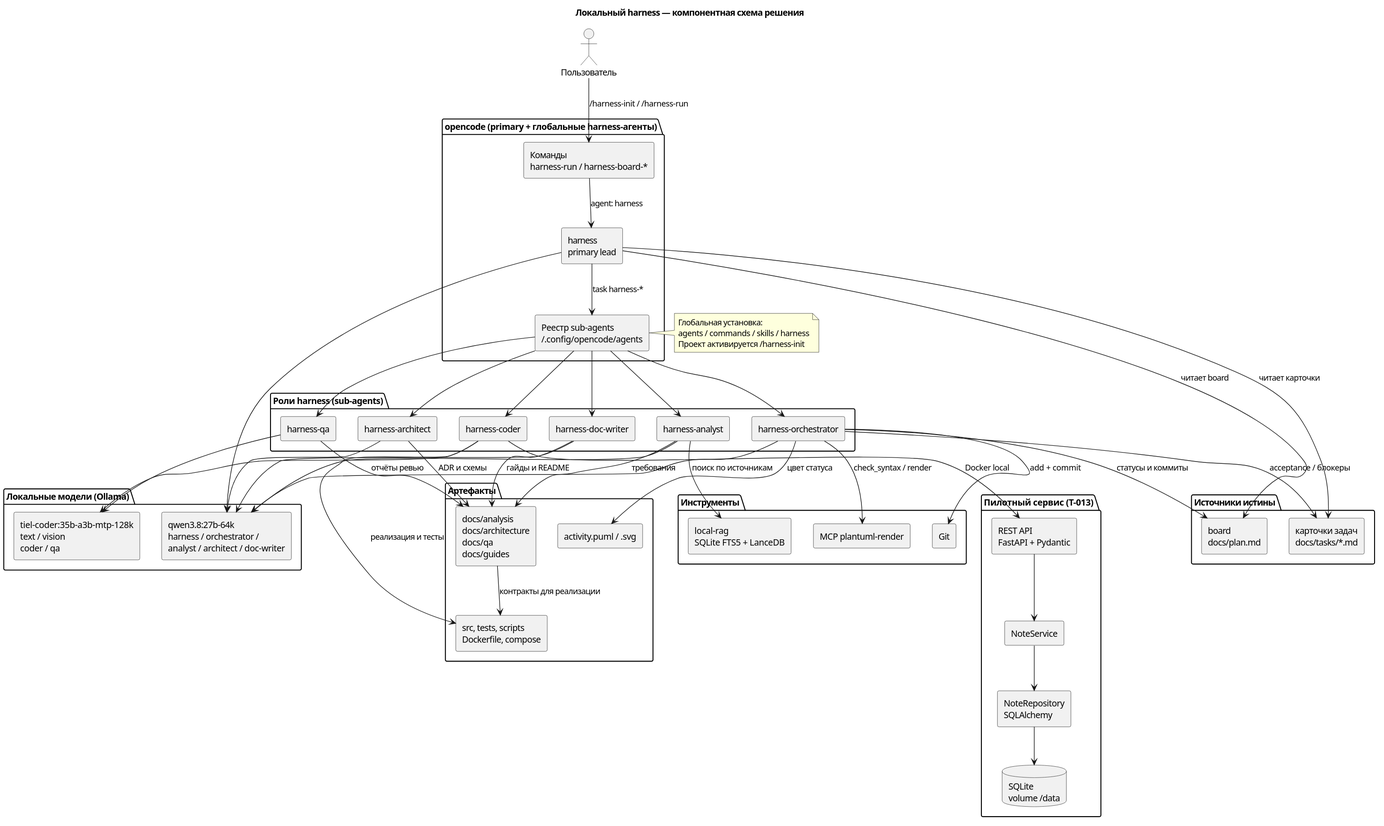
Above: docs/description/diagrams/components-harness.svg in serge-sasov/harness (PlantUML), before the change.
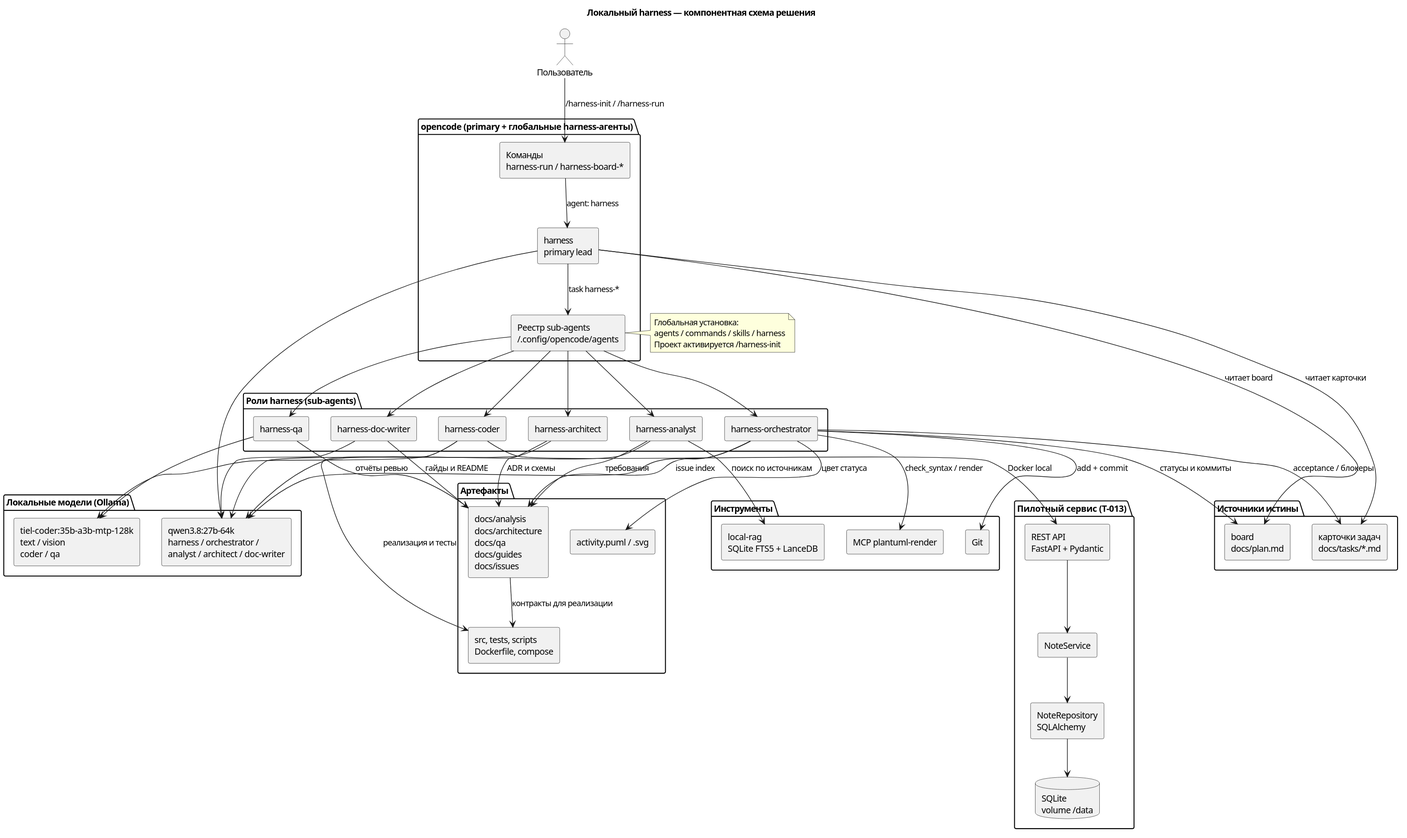
After the change.

Change to the diagram source:
```diff
@@ -31,7 +31,7 @@
 }
 
 package "Артефакты" {
-  component "docs/analysis\ndocs/architecture\ndocs/qa\ndocs/guides" as docs
+  component "docs/analysis\ndocs/architecture\ndocs/qa\ndocs/guides\ndocs/issues" as docs
   component "src, tests, scripts\nDockerfile, compose" as code
   component "activity.puml / .svg" as activity
 }
@@ -72,6 +72,7 @@
 orch --> board : статусы и коммиты
 orch --> cards : acceptance / блокеры
 orch --> activity : цвет статуса
+orch --> docs : issue index
 orch --> puml : check_syntax / render
 orch --> git : add + commit
 
```
